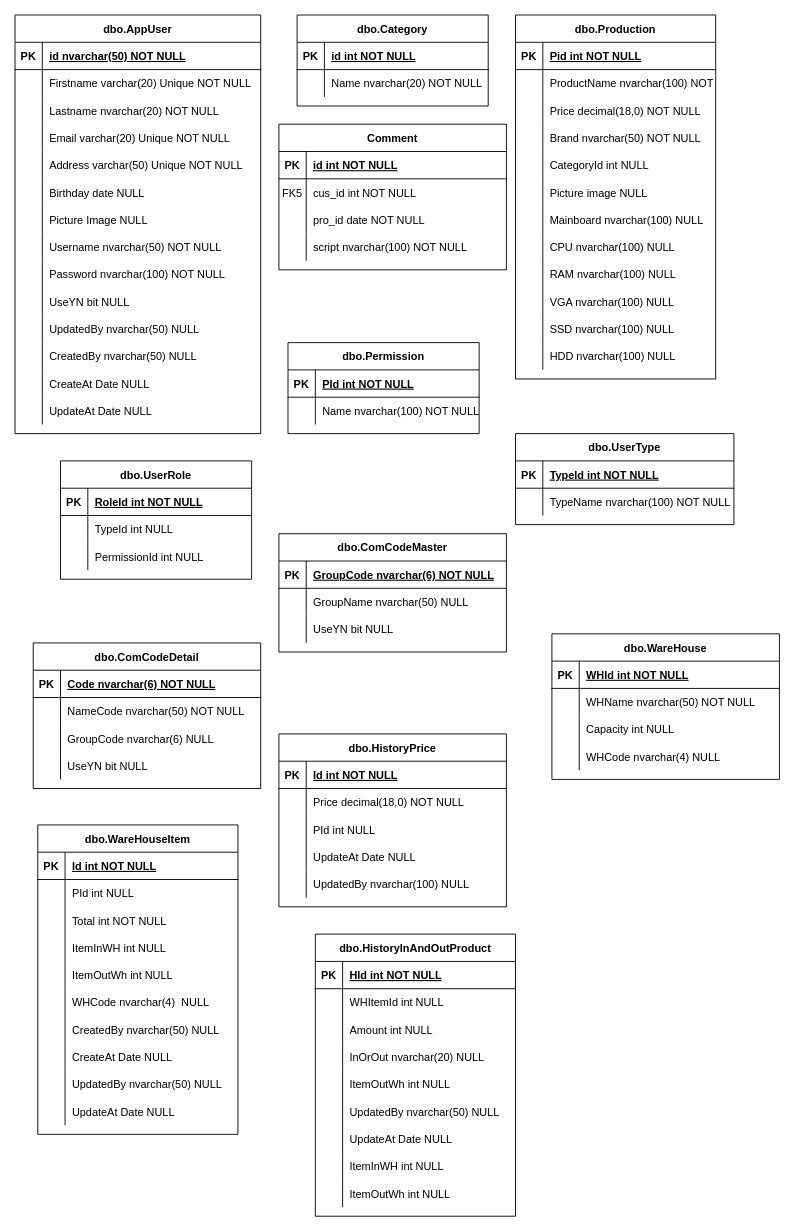
Earlier version of the draw.io diagram Untitled Diagram.drawio (danblue3/test). Source tidied: cells renumbered, new cells numbered last; positions are measured from the earlier drawing's top-left corner, leaving out a move shared by most shapes. Both pictures are drawn from the tidied source at 91%, with x=0, y=0 at pixel (15, 15).
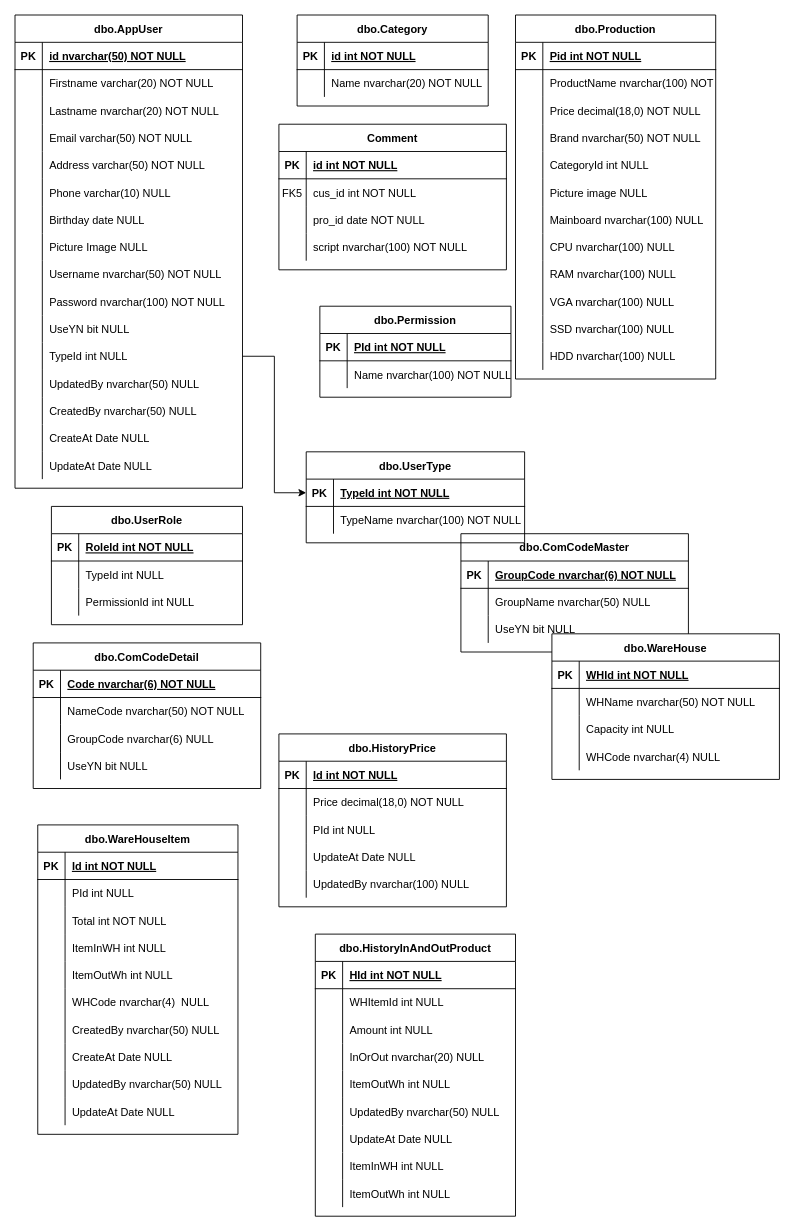
The same page after the edit.

The change refers to these unchanged cells:
```xml
<mxCell id="120" style="shape=partialRectangle;fillColor=none;points=[[0,0.5],[1,0.5]];portConstraint=eastwest;top=0;left=0;right=0;bottom=1;" parent="119" vertex="1">
  <mxGeometry y="30" width="240" height="30" as="geometry" />
</mxCell>
```

What changed in the source:
```diff
@@
     <mxCell id="9" value="dbo.ComCodeMaster" style="shape=table;startSize=30;childLayout=tableLayout;rowLines=0;fontStyle=1;align=center;" parent="1" vertex="1">
-      <mxGeometry x="290" y="570" width="250" height="130" as="geometry" />
+      <mxGeometry x="490" y="570" width="250" height="130" as="geometry" />
     </mxCell>
@@
+    <mxCell id="237" style="edgeStyle=orthogonalEdgeStyle;rounded=0;jettySize=auto;html=1;exitX=1;exitY=0.5;exitDx=0;exitDy=0;" parent="1" edge="1" source="241" target="120">
+      <mxGeometry relative="1" as="geometry" />
+    </mxCell>
     <mxCell id="19" value="dbo.AppUser" style="shape=table;startSize=30;childLayout=tableLayout;rowLines=0;fontStyle=1;align=center;" parent="1" vertex="1">
-      <mxGeometry width="270" height="460" as="geometry" />
+      <mxGeometry width="250" height="520" as="geometry" />
     </mxCell>
     <mxCell id="20" style="shape=partialRectangle;fillColor=none;top=0;left=0;right=0;bottom=1;" parent="19" vertex="1">
-      <mxGeometry y="30" width="270" height="30" as="geometry" />
+      <mxGeometry y="30" width="250" height="30" as="geometry" />
     </mxCell>
@@
     <mxCell id="22" value="id nvarchar(50) NOT NULL " style="shape=partialRectangle;overflow=hidden;fillColor=none;top=0;left=0;bottom=0;right=0;align=left;spacingLeft=6;fontStyle=5;" parent="20" vertex="1">
-      <mxGeometry x="30" width="240" height="30" as="geometry" />
+      <mxGeometry x="30" width="220" height="30" as="geometry" />
     </mxCell>
     <mxCell id="23" style="shape=partialRectangle;fillColor=none;top=0;left=0;right=0;bottom=0;" parent="19" vertex="1">
-      <mxGeometry y="60" width="270" height="30" as="geometry" />
+      <mxGeometry y="60" width="250" height="30" as="geometry" />
     </mxCell>
@@
-    <mxCell id="25" value="Firstname varchar(20) Unique NOT NULL" style="shape=partialRectangle;overflow=hidden;fillColor=none;top=0;left=0;bottom=0;right=0;align=left;spacingLeft=6;" parent="23" vertex="1">
-      <mxGeometry x="30" width="240" height="30" as="geometry" />
+    <mxCell id="25" value="Firstname varchar(20) NOT NULL" style="shape=partialRectangle;overflow=hidden;fillColor=none;top=0;left=0;bottom=0;right=0;align=left;spacingLeft=6;" parent="23" vertex="1">
+      <mxGeometry x="30" width="220" height="30" as="geometry" />
     </mxCell>
     <mxCell id="26" style="shape=partialRectangle;fillColor=none;top=0;left=0;right=0;bottom=0;" parent="19" vertex="1">
-      <mxGeometry y="90" width="270" height="30" as="geometry" />
+      <mxGeometry y="90" width="250" height="30" as="geometry" />
     </mxCell>
@@
     <mxCell id="28" value="Lastname nvarchar(20) NOT NULL" style="shape=partialRectangle;overflow=hidden;fillColor=none;top=0;left=0;bottom=0;right=0;align=left;spacingLeft=6;" parent="26" vertex="1">
-      <mxGeometry x="30" width="240" height="30" as="geometry" />
+      <mxGeometry x="30" width="220" height="30" as="geometry" />
     </mxCell>
     <mxCell id="29" style="shape=partialRectangle;fillColor=none;top=0;left=0;right=0;bottom=0;" parent="19" vertex="1">
-      <mxGeometry y="120" width="270" height="30" as="geometry" />
+      <mxGeometry y="120" width="250" height="30" as="geometry" />
     </mxCell>
@@
-    <mxCell id="31" value="Email varchar(20) Unique NOT NULL" style="shape=partialRectangle;overflow=hidden;fillColor=none;top=0;left=0;bottom=0;right=0;align=left;spacingLeft=6;" parent="29" vertex="1">
-      <mxGeometry x="30" width="240" height="30" as="geometry" />
+    <mxCell id="31" value="Email varchar(50) NOT NULL" style="shape=partialRectangle;overflow=hidden;fillColor=none;top=0;left=0;bottom=0;right=0;align=left;spacingLeft=6;" parent="29" vertex="1">
+      <mxGeometry x="30" width="220" height="30" as="geometry" />
     </mxCell>
     <mxCell id="32" style="shape=partialRectangle;fillColor=none;top=0;left=0;right=0;bottom=0;" parent="19" vertex="1">
-      <mxGeometry y="150" width="270" height="30" as="geometry" />
+      <mxGeometry y="150" width="250" height="30" as="geometry" />
     </mxCell>
@@
-    <mxCell id="34" value="Address varchar(50) Unique NOT NULL" style="shape=partialRectangle;overflow=hidden;fillColor=none;top=0;left=0;bottom=0;right=0;align=left;spacingLeft=6;" parent="32" vertex="1">
-      <mxGeometry x="30" width="240" height="30" as="geometry" />
+    <mxCell id="34" value="Address varchar(50) NOT NULL" style="shape=partialRectangle;overflow=hidden;fillColor=none;top=0;left=0;bottom=0;right=0;align=left;spacingLeft=6;" parent="32" vertex="1">
+      <mxGeometry x="30" width="220" height="30" as="geometry" />
     </mxCell>
+    <mxCell id="238" style="shape=partialRectangle;fillColor=none;top=0;left=0;right=0;bottom=0;" parent="19" vertex="1">
+      <mxGeometry y="180" width="250" height="30" as="geometry" />
+    </mxCell>
+    <mxCell id="239" style="shape=partialRectangle;overflow=hidden;fillColor=none;top=0;left=0;bottom=0;right=0;" parent="238" vertex="1">
+      <mxGeometry width="30" height="30" as="geometry" />
+    </mxCell>
+    <mxCell id="240" value="Phone varchar(10) NULL" style="shape=partialRectangle;overflow=hidden;fillColor=none;top=0;left=0;bottom=0;right=0;align=left;spacingLeft=6;" parent="238" vertex="1">
+      <mxGeometry x="30" width="220" height="30" as="geometry" />
+    </mxCell>
     <mxCell id="35" style="shape=partialRectangle;fillColor=none;top=0;left=0;right=0;bottom=0;" parent="19" vertex="1">
-      <mxGeometry y="180" width="270" height="30" as="geometry" />
+      <mxGeometry y="210" width="250" height="30" as="geometry" />
     </mxCell>
@@
     <mxCell id="37" value="Birthday date NULL" style="shape=partialRectangle;overflow=hidden;fillColor=none;top=0;left=0;bottom=0;right=0;align=left;spacingLeft=6;" parent="35" vertex="1">
-      <mxGeometry x="30" width="240" height="30" as="geometry" />
+      <mxGeometry x="30" width="220" height="30" as="geometry" />
     </mxCell>
     <mxCell id="38" style="shape=partialRectangle;fillColor=none;top=0;left=0;right=0;bottom=0;" parent="19" vertex="1">
-      <mxGeometry y="210" width="270" height="30" as="geometry" />
+      <mxGeometry y="240" width="250" height="30" as="geometry" />
     </mxCell>
@@
     <mxCell id="40" value="Picture Image NULL" style="shape=partialRectangle;overflow=hidden;fillColor=none;top=0;left=0;bottom=0;right=0;align=left;spacingLeft=6;" parent="38" vertex="1">
-      <mxGeometry x="30" width="240" height="30" as="geometry" />
+      <mxGeometry x="30" width="220" height="30" as="geometry" />
     </mxCell>
     <mxCell id="41" style="shape=partialRectangle;fillColor=none;top=0;left=0;right=0;bottom=0;" parent="19" vertex="1">
-      <mxGeometry y="240" width="270" height="30" as="geometry" />
+      <mxGeometry y="270" width="250" height="30" as="geometry" />
     </mxCell>
@@
     <mxCell id="43" value="Username nvarchar(50) NOT NULL  " style="shape=partialRectangle;overflow=hidden;fillColor=none;top=0;left=0;bottom=0;right=0;align=left;spacingLeft=6;" parent="41" vertex="1">
-      <mxGeometry x="30" width="240" height="30" as="geometry" />
+      <mxGeometry x="30" width="220" height="30" as="geometry" />
     </mxCell>
     <mxCell id="44" style="shape=partialRectangle;fillColor=none;top=0;left=0;right=0;bottom=0;" parent="19" vertex="1">
-      <mxGeometry y="270" width="270" height="30" as="geometry" />
+      <mxGeometry y="300" width="250" height="30" as="geometry" />
     </mxCell>
@@
     <mxCell id="46" value="Password nvarchar(100) NOT NULL" style="shape=partialRectangle;overflow=hidden;fillColor=none;top=0;left=0;bottom=0;right=0;align=left;spacingLeft=6;" parent="44" vertex="1">
-      <mxGeometry x="30" width="240" height="30" as="geometry" />
+      <mxGeometry x="30" width="220" height="30" as="geometry" />
     </mxCell>
     <mxCell id="47" style="shape=partialRectangle;fillColor=none;top=0;left=0;right=0;bottom=0;" parent="19" vertex="1">
-      <mxGeometry y="300" width="270" height="30" as="geometry" />
+      <mxGeometry y="330" width="250" height="30" as="geometry" />
     </mxCell>
@@
     <mxCell id="49" value="UseYN bit NULL" style="shape=partialRectangle;overflow=hidden;fillColor=none;top=0;left=0;bottom=0;right=0;align=left;spacingLeft=6;" parent="47" vertex="1">
-      <mxGeometry x="30" width="240" height="30" as="geometry" />
+      <mxGeometry x="30" width="220" height="30" as="geometry" />
     </mxCell>
+    <mxCell id="241" style="shape=partialRectangle;fillColor=none;points=[[0,0.5],[1,0.5]];portConstraint=eastwest;top=0;left=0;right=0;bottom=0;" parent="19" vertex="1">
+      <mxGeometry y="360" width="250" height="30" as="geometry" />
+    </mxCell>
+    <mxCell id="242" style="shape=partialRectangle;overflow=hidden;fillColor=none;top=0;left=0;bottom=0;right=0;" parent="241" vertex="1">
+      <mxGeometry width="30" height="30" as="geometry" />
+    </mxCell>
+    <mxCell id="243" value="TypeId int NULL" style="shape=partialRectangle;overflow=hidden;fillColor=none;top=0;left=0;bottom=0;right=0;align=left;spacingLeft=6;" parent="241" vertex="1">
+      <mxGeometry x="30" width="220" height="30" as="geometry" />
+    </mxCell>
     <mxCell id="50" style="shape=partialRectangle;fillColor=none;top=0;left=0;right=0;bottom=0;" parent="19" vertex="1">
-      <mxGeometry y="330" width="270" height="30" as="geometry" />
+      <mxGeometry y="390" width="250" height="30" as="geometry" />
     </mxCell>
@@
     <mxCell id="52" value="UpdatedBy nvarchar(50) NULL" style="shape=partialRectangle;overflow=hidden;fillColor=none;top=0;left=0;bottom=0;right=0;align=left;spacingLeft=6;" parent="50" vertex="1">
-      <mxGeometry x="30" width="240" height="30" as="geometry" />
+      <mxGeometry x="30" width="220" height="30" as="geometry" />
     </mxCell>
     <mxCell id="53" style="shape=partialRectangle;fillColor=none;top=0;left=0;right=0;bottom=0;" parent="19" vertex="1">
-      <mxGeometry y="360" width="270" height="30" as="geometry" />
+      <mxGeometry y="420" width="250" height="30" as="geometry" />
     </mxCell>
@@
     <mxCell id="55" value="CreatedBy nvarchar(50) NULL" style="shape=partialRectangle;overflow=hidden;fillColor=none;top=0;left=0;bottom=0;right=0;align=left;spacingLeft=6;" parent="53" vertex="1">
-      <mxGeometry x="30" width="240" height="30" as="geometry" />
+      <mxGeometry x="30" width="220" height="30" as="geometry" />
     </mxCell>
     <mxCell id="56" style="shape=partialRectangle;fillColor=none;top=0;left=0;right=0;bottom=0;" parent="19" vertex="1">
-      <mxGeometry y="390" width="270" height="30" as="geometry" />
+      <mxGeometry y="450" width="250" height="30" as="geometry" />
     </mxCell>
@@
     <mxCell id="58" value="CreateAt Date NULL" style="shape=partialRectangle;overflow=hidden;fillColor=none;top=0;left=0;bottom=0;right=0;align=left;spacingLeft=6;" parent="56" vertex="1">
-      <mxGeometry x="30" width="240" height="30" as="geometry" />
+      <mxGeometry x="30" width="220" height="30" as="geometry" />
     </mxCell>
     <mxCell id="59" style="shape=partialRectangle;fillColor=none;top=0;left=0;right=0;bottom=0;" parent="19" vertex="1">
-      <mxGeometry y="420" width="270" height="30" as="geometry" />
+      <mxGeometry y="480" width="250" height="30" as="geometry" />
     </mxCell>
@@
     <mxCell id="61" value="UpdateAt Date NULL" style="shape=partialRectangle;overflow=hidden;fillColor=none;top=0;left=0;bottom=0;right=0;align=left;spacingLeft=6;" parent="59" vertex="1">
-      <mxGeometry x="30" width="240" height="30" as="geometry" />
+      <mxGeometry x="30" width="220" height="30" as="geometry" />
     </mxCell>
@@
     <mxCell id="112" value="dbo.Permission" style="shape=table;startSize=30;childLayout=tableLayout;rowLines=0;fontStyle=1;align=center;" parent="1" vertex="1">
-      <mxGeometry x="300" y="360" width="210" height="100" as="geometry" />
+      <mxGeometry x="335" y="320" width="210" height="100" as="geometry" />
     </mxCell>
@@
     <mxCell id="119" value="dbo.UserType" style="shape=table;startSize=30;childLayout=tableLayout;rowLines=0;fontStyle=1;align=center;" parent="1" vertex="1">
-      <mxGeometry x="550" y="460" width="240" height="100" as="geometry" />
+      <mxGeometry x="320" y="480" width="240" height="100" as="geometry" />
     </mxCell>
@@
     <mxCell id="126" value="dbo.UserRole" style="shape=table;startSize=30;childLayout=tableLayout;rowLines=0;fontStyle=1;align=center;" parent="1" vertex="1">
-      <mxGeometry x="50" y="490" width="210" height="130" as="geometry" />
+      <mxGeometry x="40" y="540" width="210" height="130" as="geometry" />
     </mxCell>
```
